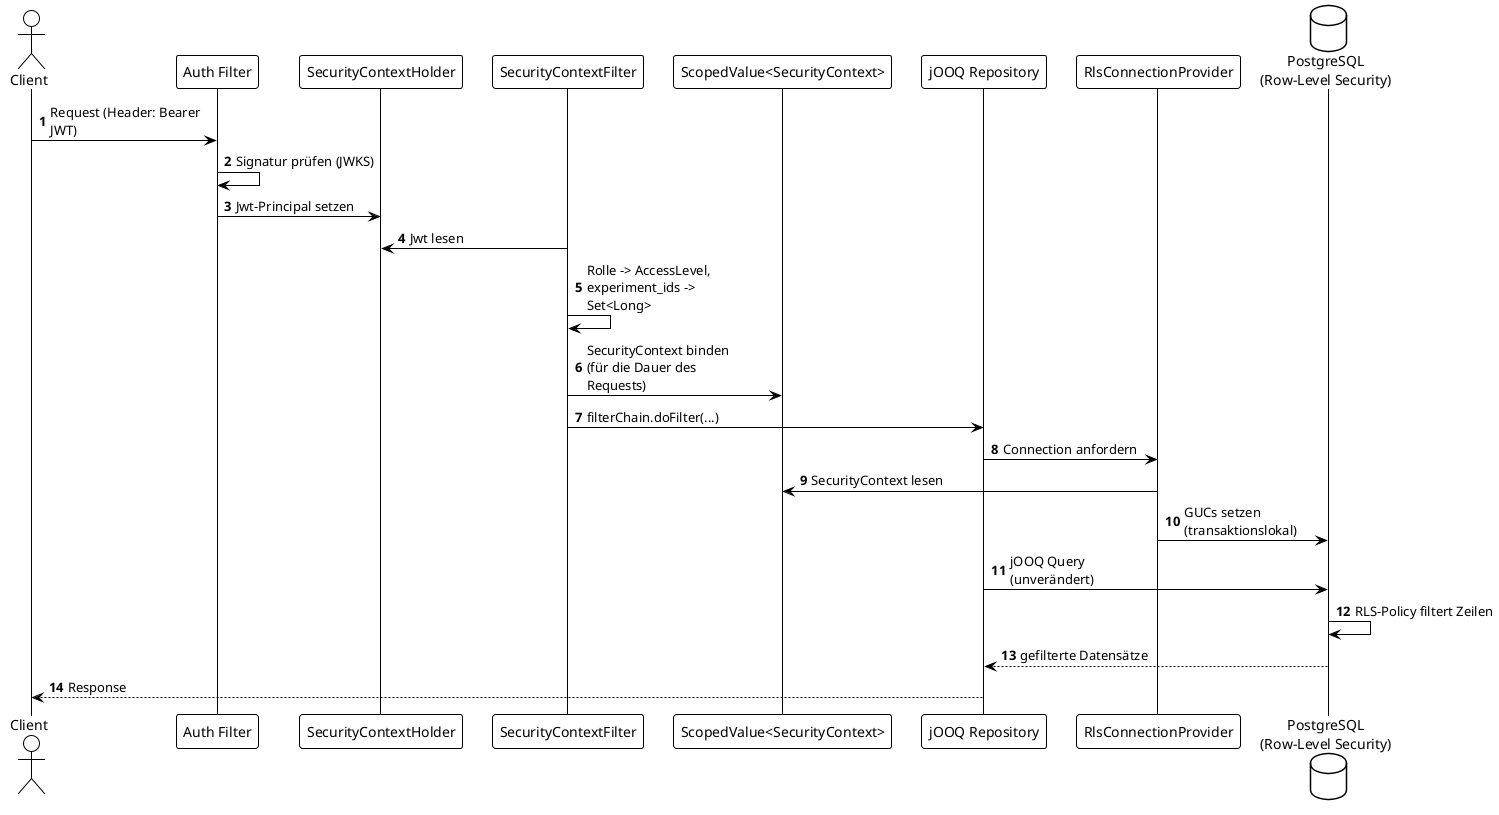
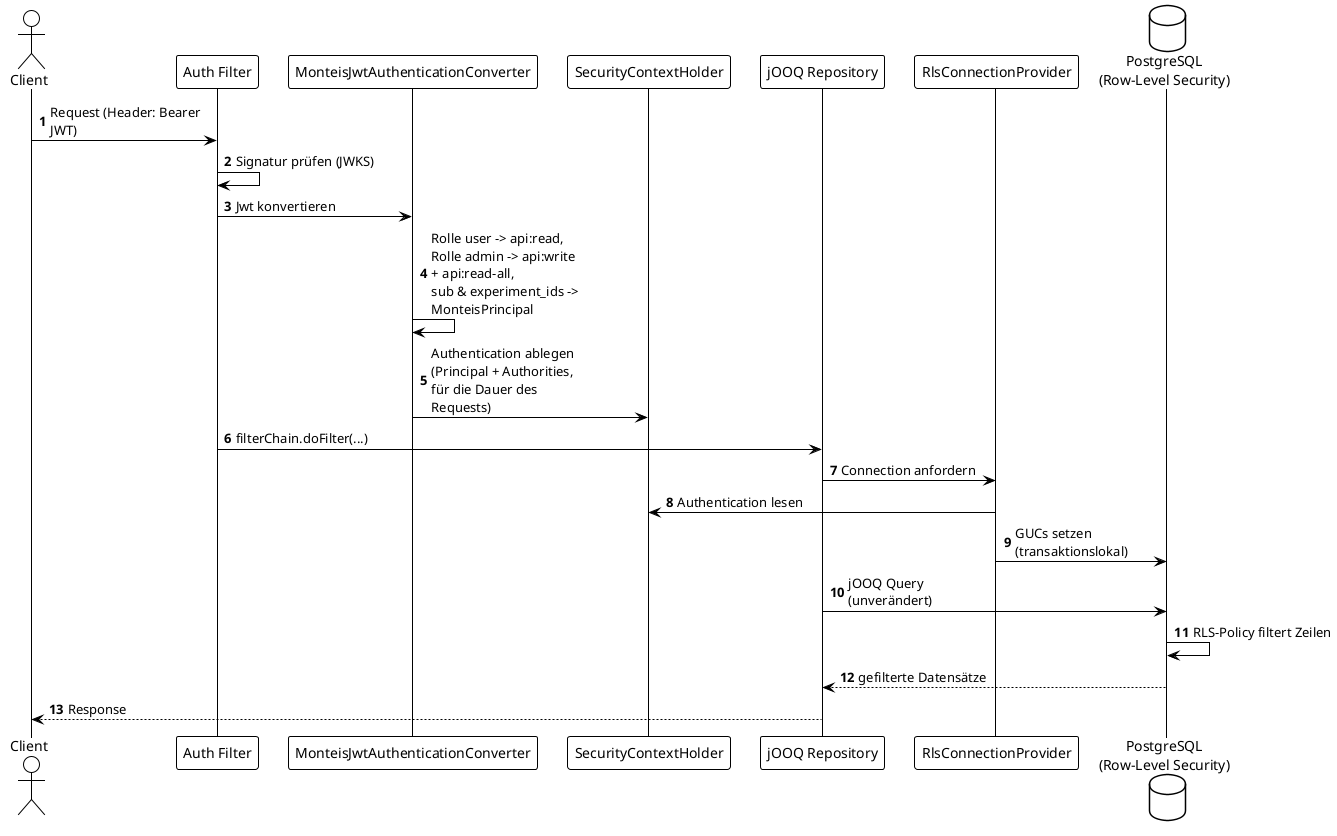
@startuml
!theme plain
autonumber
skinparam maxMessageSize 150

actor Client
participant "Auth Filter" as AuthFilter
+ participant "MonteisJwtAuthenticationConverter" as Converter
participant "SecurityContextHolder" as Holder
- participant "SecurityContextFilter" as CtxFilter
- participant "ScopedValue<SecurityContext>" as Scoped
participant "jOOQ Repository" as Repo
participant "RlsConnectionProvider" as ConnProvider
database "PostgreSQL\n(Row-Level Security)" as DB

Client -> AuthFilter : Request (Header: Bearer JWT)
AuthFilter -> AuthFilter : Signatur prüfen (JWKS)
- AuthFilter -> Holder : Jwt-Principal setzen
+ AuthFilter -> Converter : Jwt konvertieren

- CtxFilter -> Holder : Jwt lesen
- CtxFilter -> CtxFilter : Rolle -> AccessLevel,\nexperiment_ids -> Set<Long>
- CtxFilter -> Scoped : SecurityContext binden\n(für die Dauer des Requests)
+ Converter -> Converter : Rolle user -> api:read,\nRolle admin -> api:write + api:read-all,\nsub & experiment_ids -> MonteisPrincipal
+ Converter -> Holder : Authentication ablegen\n(Principal + Authorities, für die Dauer des Requests)

- CtxFilter -> Repo : filterChain.doFilter(...)
+ AuthFilter -> Repo : filterChain.doFilter(...)
Repo -> ConnProvider : Connection anfordern
- ConnProvider -> Scoped : SecurityContext lesen
+ ConnProvider -> Holder : Authentication lesen
ConnProvider -> DB : GUCs setzen (transaktionslokal)
Repo -> DB : jOOQ Query (unverändert)
DB -> DB : RLS-Policy filtert Zeilen
DB --> Repo : gefilterte Datensätze
Repo --> Client : Response

@enduml
